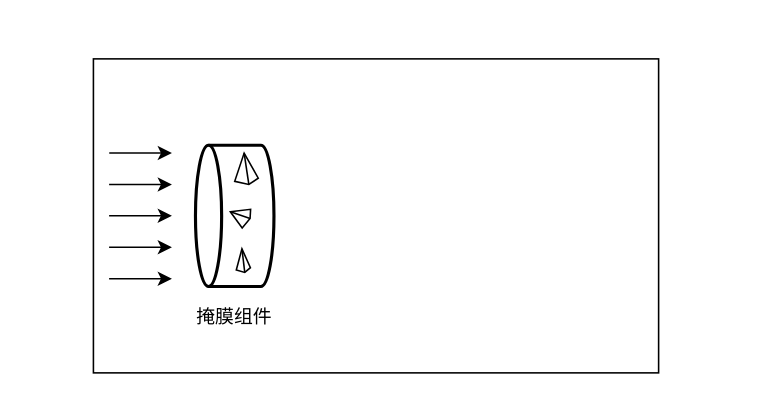
NuaaMtz/github- keeps this draw.io diagram as Untitled Diagram.drawio. Above is the earlier version. Source tidied: cells renumbered, new cells numbered last; positions are measured from the earlier drawing's top-left corner, leaving out a move shared by most shapes. Both pictures are drawn from the tidied source at 157%, with x=0, y=0 at pixel (93, 58).
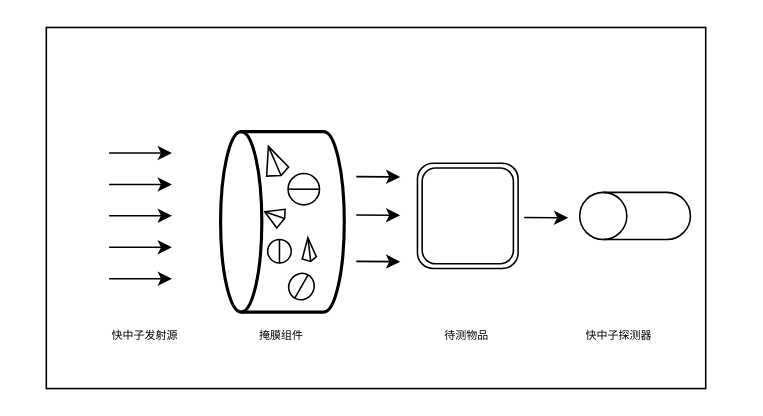
Above is the later version.

Diff of the diagram source:
```diff
@@
     <mxCell id="2" style="rounded=0;whiteSpace=wrap;html=1;fillColor=none;verticalAlign=top;horizontal=1;" parent="1" vertex="1">
-      <mxGeometry width="360" height="200" as="geometry" />
+      <mxGeometry x="-30" y="-20" width="420" height="230" as="geometry" />
     </mxCell>
     <mxCell id="3" style="strokeWidth=2;html=1;shape=mxgraph.flowchart.database;whiteSpace=wrap;rotation=-90;" parent="1" vertex="1">
-      <mxGeometry x="45" y="75" width="90" height="50" as="geometry" />
+      <mxGeometry x="62.9" y="64.4" width="115" height="78.8" as="geometry" />
     </mxCell>
-    <mxCell id="4" style="endArrow=classic;html=1;rounded=0;exitX=0.028;exitY=0.3;exitDx=0;exitDy=0;exitPerimeter=0;" parent="1" edge="1" source="2">
-      <mxGeometry relative="1" as="geometry">
-        <mxPoint x="50" y="60" as="targetPoint" />
-      </mxGeometry>
-    </mxCell>
@@
-    <mxCell id="9" value="掩膜组件" style="text;html=1;strokeColor=none;fillColor=none;align=center;verticalAlign=middle;whiteSpace=wrap;rounded=0;" parent="1" vertex="1">
-      <mxGeometry x="15" y="150" width="150" height="30" as="geometry" />
+    <mxCell id="9" value="&lt;font style=&quot;font-size: 7px;&quot;&gt;掩膜组件&lt;/font&gt;" style="text;html=1;strokeColor=none;fillColor=none;align=center;verticalAlign=middle;whiteSpace=wrap;rounded=0;" parent="1" vertex="1">
+      <mxGeometry x="45.4" y="160" width="150" height="30" as="geometry" />
     </mxCell>
-    <mxCell id="10" style="verticalLabelPosition=bottom;verticalAlign=top;html=1;shape=mxgraph.basic.pyramid;dx1=0.4;dx2=0.6;dy1=0.9;dy2=0.8;" parent="1" vertex="1">
-      <mxGeometry x="90" y="60" width="15" height="20" as="geometry" />
+    <mxCell id="10" style="verticalLabelPosition=bottom;verticalAlign=top;html=1;shape=mxgraph.basic.pyramid;dx1=0.4;dx2=0.6;dy1=0.9;dy2=0.8;rotation=-15;" parent="1" vertex="1">
+      <mxGeometry x="108" y="55" width="15" height="20" as="geometry" />
     </mxCell>
     <mxCell id="11" style="verticalLabelPosition=bottom;verticalAlign=top;html=1;shape=mxgraph.basic.pyramid;dx1=0.4;dx2=0.6;dy1=0.9;dy2=0.8;rotation=-60;" parent="1" vertex="1">
-      <mxGeometry x="87" y="93" width="13" height="13" as="geometry" />
+      <mxGeometry x="109" y="93" width="13" height="13" as="geometry" />
     </mxCell>
     <mxCell id="12" style="verticalLabelPosition=bottom;verticalAlign=top;html=1;shape=mxgraph.basic.pyramid;dx1=0.4;dx2=0.6;dy1=0.9;dy2=0.8;" parent="1" vertex="1">
-      <mxGeometry x="91" y="121" width="9" height="15" as="geometry" />
+      <mxGeometry x="133" y="114" width="9" height="15" as="geometry" />
     </mxCell>
+    <mxCell id="13" style="shape=lineEllipse;perimeter=ellipsePerimeter;whiteSpace=wrap;html=1;backgroundOutline=1;" parent="1" vertex="1">
+      <mxGeometry x="124" y="73" width="20" height="20" as="geometry" />
+    </mxCell>
+    <mxCell id="14" style="shape=lineEllipse;perimeter=ellipsePerimeter;whiteSpace=wrap;html=1;backgroundOutline=1;rotation=-60;" parent="1" vertex="1">
+      <mxGeometry x="124" y="137" width="17" height="16" as="geometry" />
+    </mxCell>
+    <mxCell id="15" style="shape=lineEllipse;perimeter=ellipsePerimeter;whiteSpace=wrap;html=1;backgroundOutline=1;direction=south;" parent="1" vertex="1">
+      <mxGeometry x="111" y="115" width="15" height="15" as="geometry" />
+    </mxCell>
+    <mxCell id="16" value="&lt;font style=&quot;font-size: 7px;&quot;&gt;快中子发射源&lt;/font&gt;" style="text;html=1;strokeColor=none;fillColor=none;align=center;verticalAlign=middle;whiteSpace=wrap;rounded=0;" parent="1" vertex="1">
+      <mxGeometry x="-42" y="160" width="150" height="30" as="geometry" />
+    </mxCell>
+    <mxCell id="17" style="shape=mxgraph.bpmn.task;whiteSpace=wrap;rectStyle=rounded;size=10;html=1;taskMarker=abstract;bpmnShapeType=transaction;" parent="1" vertex="1">
+      <mxGeometry x="206.4" y="66.5" width="64.1" height="67" as="geometry" />
+    </mxCell>
+    <mxCell id="18" value="&lt;font style=&quot;font-size: 7px;&quot;&gt;待测物品&lt;/font&gt;" style="text;html=1;strokeColor=none;fillColor=none;align=center;verticalAlign=middle;whiteSpace=wrap;rounded=0;" parent="1" vertex="1">
+      <mxGeometry x="163.4" y="160" width="150" height="30" as="geometry" />
+    </mxCell>
+    <mxCell id="19" style="endArrow=classic;html=1;rounded=0;exitX=0.028;exitY=0.3;exitDx=0;exitDy=0;exitPerimeter=0;" parent="1" edge="1">
+      <mxGeometry relative="1" as="geometry">
+        <mxPoint x="167.4" y="99.4" as="sourcePoint" />
+        <mxPoint x="195.4" y="99.6" as="targetPoint" />
+      </mxGeometry>
+    </mxCell>
+    <mxCell id="20" style="endArrow=classic;html=1;rounded=0;exitX=0.028;exitY=0.3;exitDx=0;exitDy=0;exitPerimeter=0;" parent="1" edge="1">
+      <mxGeometry relative="1" as="geometry">
+        <mxPoint x="167.4" y="129" as="sourcePoint" />
+        <mxPoint x="195.4" y="129.2" as="targetPoint" />
+      </mxGeometry>
+    </mxCell>
+    <mxCell id="21" style="endArrow=classic;html=1;rounded=0;exitX=0.028;exitY=0.3;exitDx=0;exitDy=0;exitPerimeter=0;" parent="1" edge="1">
+      <mxGeometry relative="1" as="geometry">
+        <mxPoint x="167.4" y="75" as="sourcePoint" />
+        <mxPoint x="195.4" y="75.2" as="targetPoint" />
+      </mxGeometry>
+    </mxCell>
+    <mxCell id="22" style="endArrow=classic;html=1;rounded=0;exitX=0.028;exitY=0.3;exitDx=0;exitDy=0;exitPerimeter=0;" parent="1" edge="1">
+      <mxGeometry relative="1" as="geometry">
+        <mxPoint x="10" y="60" as="sourcePoint" />
+        <mxPoint x="50" y="60" as="targetPoint" />
+      </mxGeometry>
+    </mxCell>
+    <mxCell id="23" style="shape=cylinder3;whiteSpace=wrap;html=1;boundedLbl=1;backgroundOutline=1;size=15;rotation=-90;" parent="1" vertex="1">
+      <mxGeometry x="330" y="64.8" width="30" height="70.5" as="geometry" />
+    </mxCell>
+    <mxCell id="24" style="endArrow=classic;html=1;rounded=0;exitX=0.028;exitY=0.3;exitDx=0;exitDy=0;exitPerimeter=0;" parent="1" edge="1">
+      <mxGeometry relative="1" as="geometry">
+        <mxPoint x="274.4" y="101" as="sourcePoint" />
+        <mxPoint x="302.4" y="101.2" as="targetPoint" />
+      </mxGeometry>
+    </mxCell>
+    <mxCell id="25" value="&lt;font style=&quot;font-size: 7px;&quot;&gt;快中子探测器&lt;/font&gt;" style="text;html=1;strokeColor=none;fillColor=none;align=center;verticalAlign=middle;whiteSpace=wrap;rounded=0;" parent="1" vertex="1">
+      <mxGeometry x="260" y="160" width="150" height="30" as="geometry" />
+    </mxCell>
```
